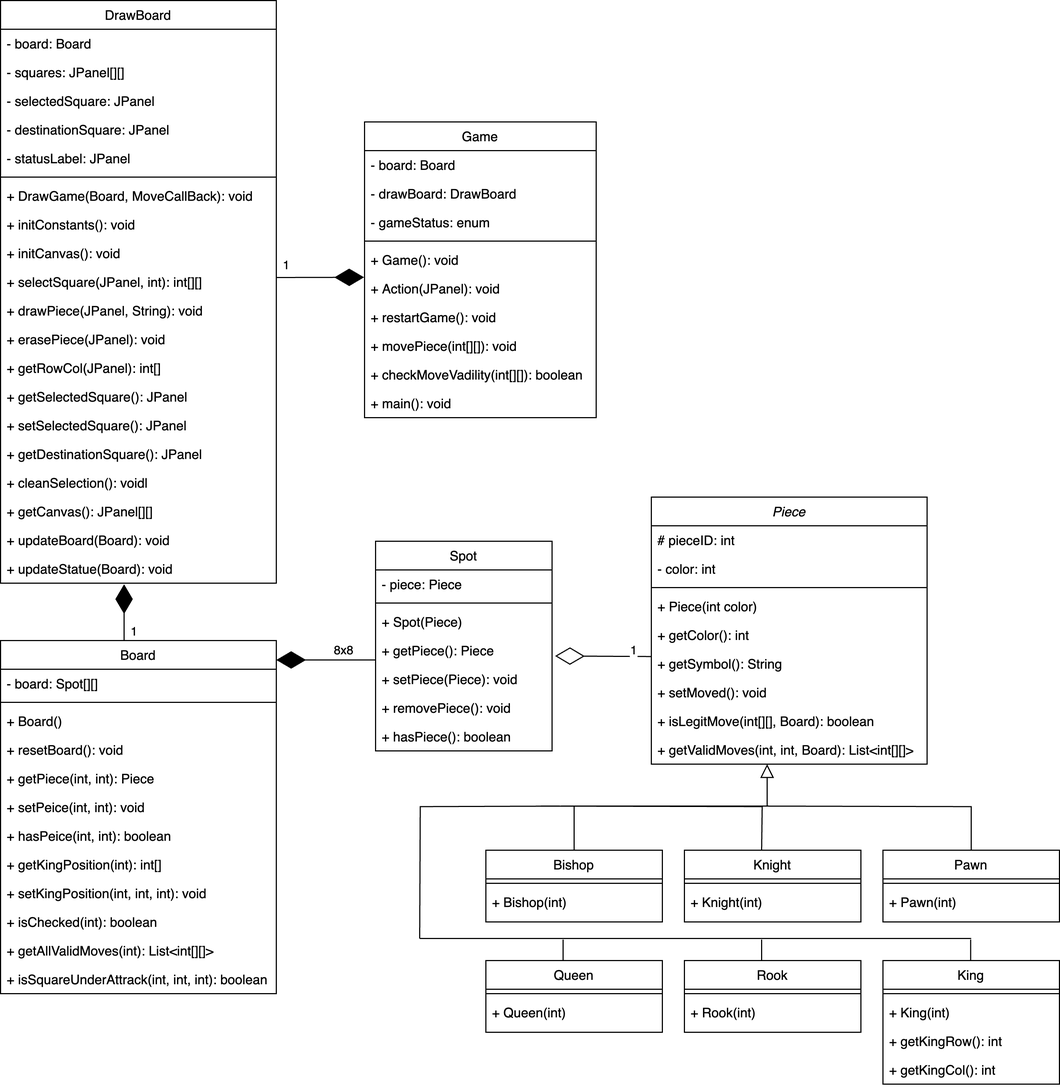
Above: visuals/UML.png in yangfei4/ChessJava (draw.io), before the change. Source tidied: cells renumbered, new cells last; positions are measured from the earlier drawing's top-left corner, leaving out a move shared by most shapes.
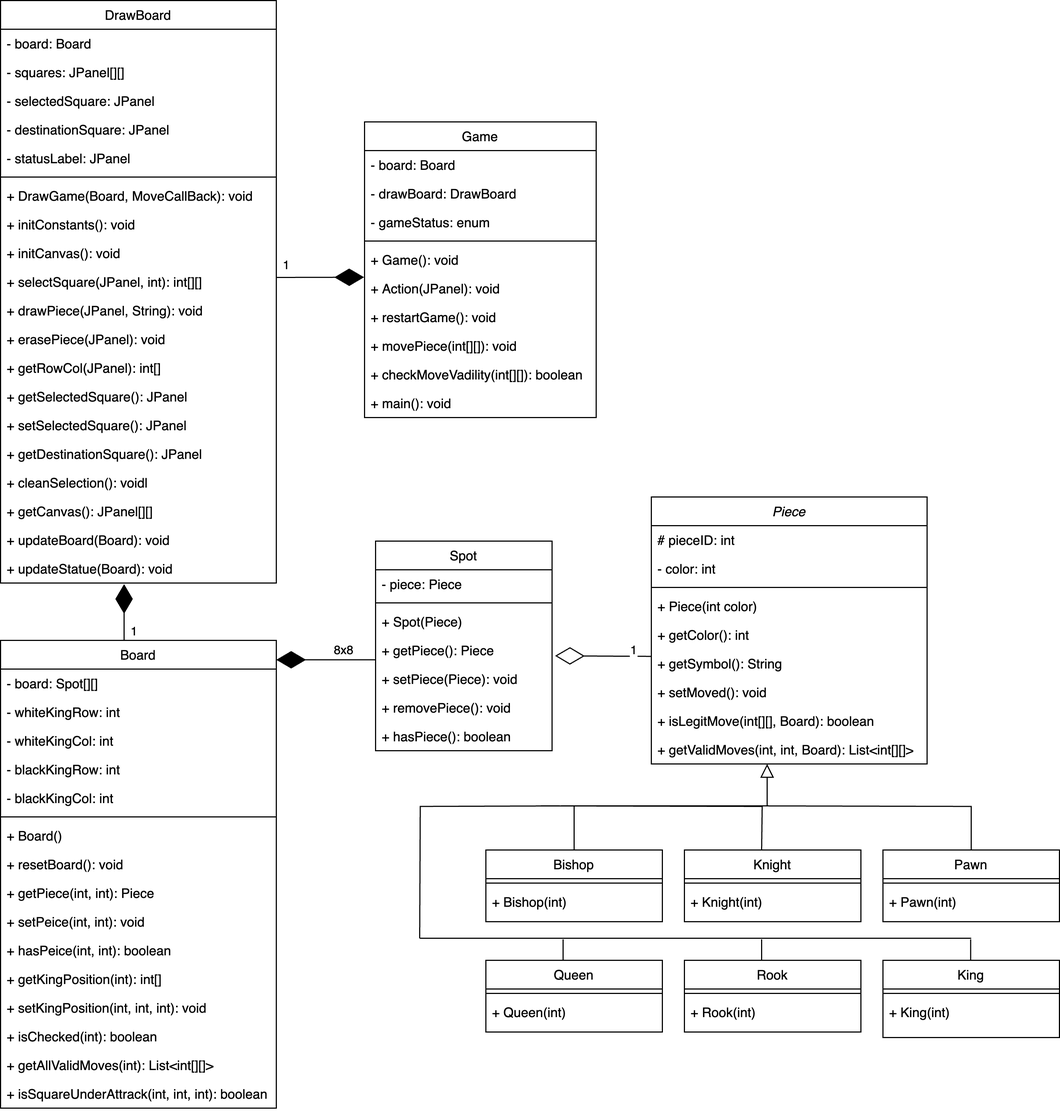
Later version of the same file.

Change to the diagram source:
```diff
@@ -73,43 +73,55 @@
       <mxGeometry y="164" width="160" height="26" as="geometry" />
     </mxCell>
     <mxCell id="24" value="Board" style="swimlane;fontStyle=0;align=center;verticalAlign=top;horizontal=1;startSize=26;rounded=0;shadow=0;strokeWidth=1;" parent="1" vertex="1">
-      <mxGeometry y="580" width="250" height="320" as="geometry" />
+      <mxGeometry y="580" width="250" height="424" as="geometry" />
     </mxCell>
     <mxCell id="25" value="- board: Spot[][]" style="text;align=left;verticalAlign=top;spacingLeft=4;spacingRight=4;overflow=hidden;rounded=0;shadow=0;html=0;" parent="24" vertex="1">
       <mxGeometry y="26" width="250" height="26" as="geometry" />
     </mxCell>
+    <mxCell id="101" value="- whiteKingRow: int" style="text;align=left;verticalAlign=top;spacingLeft=4;spacingRight=4;overflow=hidden;rounded=0;shadow=0;html=0;" parent="24" vertex="1">
+      <mxGeometry y="52" width="250" height="26" as="geometry" />
+    </mxCell>
+    <mxCell id="102" value="- whiteKingCol: int" style="text;align=left;verticalAlign=top;spacingLeft=4;spacingRight=4;overflow=hidden;rounded=0;shadow=0;html=0;" parent="24" vertex="1">
+      <mxGeometry y="78" width="250" height="26" as="geometry" />
+    </mxCell>
+    <mxCell id="103" value="- blackKingRow: int" style="text;align=left;verticalAlign=top;spacingLeft=4;spacingRight=4;overflow=hidden;rounded=0;shadow=0;html=0;" parent="24" vertex="1">
+      <mxGeometry y="104" width="250" height="26" as="geometry" />
+    </mxCell>
+    <mxCell id="104" value="- blackKingCol: int" style="text;align=left;verticalAlign=top;spacingLeft=4;spacingRight=4;overflow=hidden;rounded=0;shadow=0;html=0;" parent="24" vertex="1">
+      <mxGeometry y="130" width="250" height="26" as="geometry" />
+    </mxCell>
     <mxCell id="26" style="line;html=1;strokeWidth=1;align=left;verticalAlign=middle;spacingTop=-1;spacingLeft=3;spacingRight=3;labelPosition=right;" parent="24" vertex="1">
-      <mxGeometry y="52" width="250" height="8" as="geometry" />
+      <mxGeometry y="156" width="250" height="8" as="geometry" />
     </mxCell>
     <mxCell id="27" value="+ Board()" style="text;align=left;verticalAlign=top;spacingLeft=4;spacingRight=4;overflow=hidden;" parent="24" vertex="1">
-      <mxGeometry y="60" width="250" height="26" as="geometry" />
+      <mxGeometry y="164" width="250" height="26" as="geometry" />
     </mxCell>
     <mxCell id="28" value="+ resetBoard(): void" style="text;strokeColor=none;fillColor=none;align=left;verticalAlign=top;spacingLeft=4;spacingRight=4;overflow=hidden;whiteSpace=wrap;html=1;" parent="24" vertex="1">
-      <mxGeometry y="86" width="250" height="26" as="geometry" />
+      <mxGeometry y="190" width="250" height="26" as="geometry" />
     </mxCell>
     <mxCell id="29" value="+ getPiece(int, int): Piece" style="text;strokeColor=none;fillColor=none;align=left;verticalAlign=top;spacingLeft=4;spacingRight=4;overflow=hidden;whiteSpace=wrap;html=1;" parent="24" vertex="1">
-      <mxGeometry y="112" width="250" height="26" as="geometry" />
+      <mxGeometry y="216" width="250" height="26" as="geometry" />
     </mxCell>
     <mxCell id="30" value="+ setPeice(int, int): void" style="text;strokeColor=none;fillColor=none;align=left;verticalAlign=top;spacingLeft=4;spacingRight=4;overflow=hidden;whiteSpace=wrap;html=1;" parent="24" vertex="1">
-      <mxGeometry y="138" width="250" height="26" as="geometry" />
+      <mxGeometry y="242" width="250" height="26" as="geometry" />
     </mxCell>
     <mxCell id="31" value="+ hasPeice(int, int): boolean" style="text;strokeColor=none;fillColor=none;align=left;verticalAlign=top;spacingLeft=4;spacingRight=4;overflow=hidden;whiteSpace=wrap;html=1;" parent="24" vertex="1">
-      <mxGeometry y="164" width="250" height="26" as="geometry" />
+      <mxGeometry y="268" width="250" height="26" as="geometry" />
     </mxCell>
     <mxCell id="32" value="+ getKingPosition(int): int[]" style="text;strokeColor=none;fillColor=none;align=left;verticalAlign=top;spacingLeft=4;spacingRight=4;overflow=hidden;whiteSpace=wrap;html=1;" parent="24" vertex="1">
-      <mxGeometry y="190" width="250" height="26" as="geometry" />
+      <mxGeometry y="294" width="250" height="26" as="geometry" />
     </mxCell>
     <mxCell id="33" value="+ setKingPosition(int, int, int): void" style="text;strokeColor=none;fillColor=none;align=left;verticalAlign=top;spacingLeft=4;spacingRight=4;overflow=hidden;whiteSpace=wrap;html=1;" parent="24" vertex="1">
-      <mxGeometry y="216" width="250" height="26" as="geometry" />
+      <mxGeometry y="320" width="250" height="26" as="geometry" />
     </mxCell>
     <mxCell id="34" value="+ isChecked(int): boolean" style="text;strokeColor=none;fillColor=none;align=left;verticalAlign=top;spacingLeft=4;spacingRight=4;overflow=hidden;whiteSpace=wrap;html=1;" parent="24" vertex="1">
-      <mxGeometry y="242" width="250" height="26" as="geometry" />
+      <mxGeometry y="346" width="250" height="26" as="geometry" />
     </mxCell>
     <mxCell id="35" value="+ getAllValidMoves(int): List&amp;lt;int[][]&amp;gt;" style="text;strokeColor=none;fillColor=none;align=left;verticalAlign=top;spacingLeft=4;spacingRight=4;overflow=hidden;whiteSpace=wrap;html=1;" parent="24" vertex="1">
-      <mxGeometry y="268" width="250" height="26" as="geometry" />
+      <mxGeometry y="372" width="250" height="26" as="geometry" />
     </mxCell>
     <mxCell id="36" value="+ isSquareUnderAttrack(int, int, int): boolean" style="text;strokeColor=none;fillColor=none;align=left;verticalAlign=top;spacingLeft=4;spacingRight=4;overflow=hidden;whiteSpace=wrap;html=1;" parent="24" vertex="1">
-      <mxGeometry y="294" width="250" height="26" as="geometry" />
+      <mxGeometry y="398" width="250" height="26" as="geometry" />
     </mxCell>
     <mxCell id="37" style="endArrow=diamondThin;endFill=1;endSize=24;html=1;rounded=0;entryX=0.448;entryY=1.038;entryDx=0;entryDy=0;entryPerimeter=0;" parent="24" edge="1" target="63">
       <mxGeometry relative="1" as="geometry">
@@ -246,7 +258,7 @@
       <mxGeometry y="242" width="210" height="26" as="geometry" />
     </mxCell>
     <mxCell id="75" value="King" style="swimlane;fontStyle=0;align=center;verticalAlign=top;horizontal=1;startSize=26;rounded=0;shadow=0;strokeWidth=1;" parent="1" vertex="1">
-      <mxGeometry x="800" y="870" width="160" height="112" as="geometry" />
+      <mxGeometry x="800" y="870" width="160" height="70" as="geometry" />
     </mxCell>
     <mxCell id="76" style="line;html=1;strokeWidth=1;align=left;verticalAlign=middle;spacingTop=-1;spacingLeft=3;spacingRight=3;labelPosition=right;" parent="75" vertex="1">
       <mxGeometry y="26" width="160" height="8" as="geometry" />
@@ -254,12 +266,6 @@
     <mxCell id="77" value="+ King(int)" style="text;align=left;verticalAlign=top;spacingLeft=4;spacingRight=4;overflow=hidden;" parent="75" vertex="1">
       <mxGeometry y="34" width="160" height="26" as="geometry" />
     </mxCell>
-    <mxCell id="78" value="+ getKingRow(): int" style="text;align=left;verticalAlign=top;spacingLeft=4;spacingRight=4;overflow=hidden;" parent="75" vertex="1">
-      <mxGeometry y="60" width="160" height="26" as="geometry" />
-    </mxCell>
-    <mxCell id="79" value="+ getKingCol(): int" style="text;align=left;verticalAlign=top;spacingLeft=4;spacingRight=4;overflow=hidden;" parent="75" vertex="1">
-      <mxGeometry y="86" width="160" height="26" as="geometry" />
-    </mxCell>
     <mxCell id="80" value="Knight" style="swimlane;fontStyle=0;align=center;verticalAlign=top;horizontal=1;startSize=26;rounded=0;shadow=0;strokeWidth=1;" parent="1" vertex="1">
       <mxGeometry x="620" y="770" width="160" height="65" as="geometry" />
     </mxCell>
```
